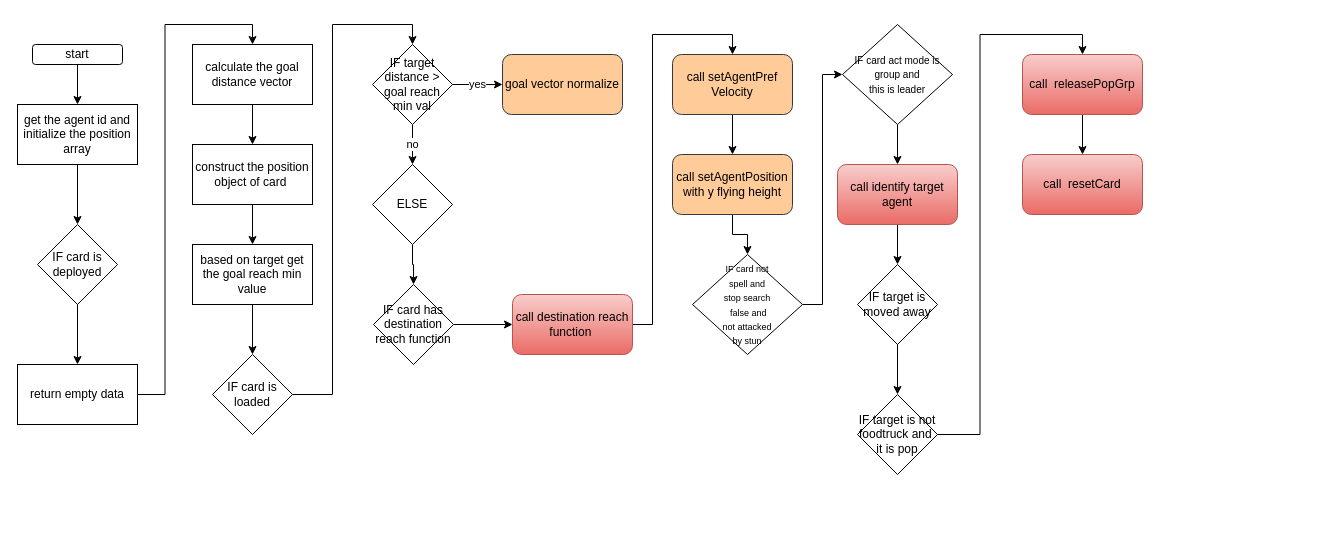
Above: card/update.drawio in sivagit/diagrams (draw.io), before the change. Source tidied: cells renumbered, new cells numbered last; positions are measured from the earlier drawing's top-left corner, leaving out a move shared by most shapes. Both pictures are drawn from the tidied source at 100%, with x=0, y=0 at pixel (17, 24).
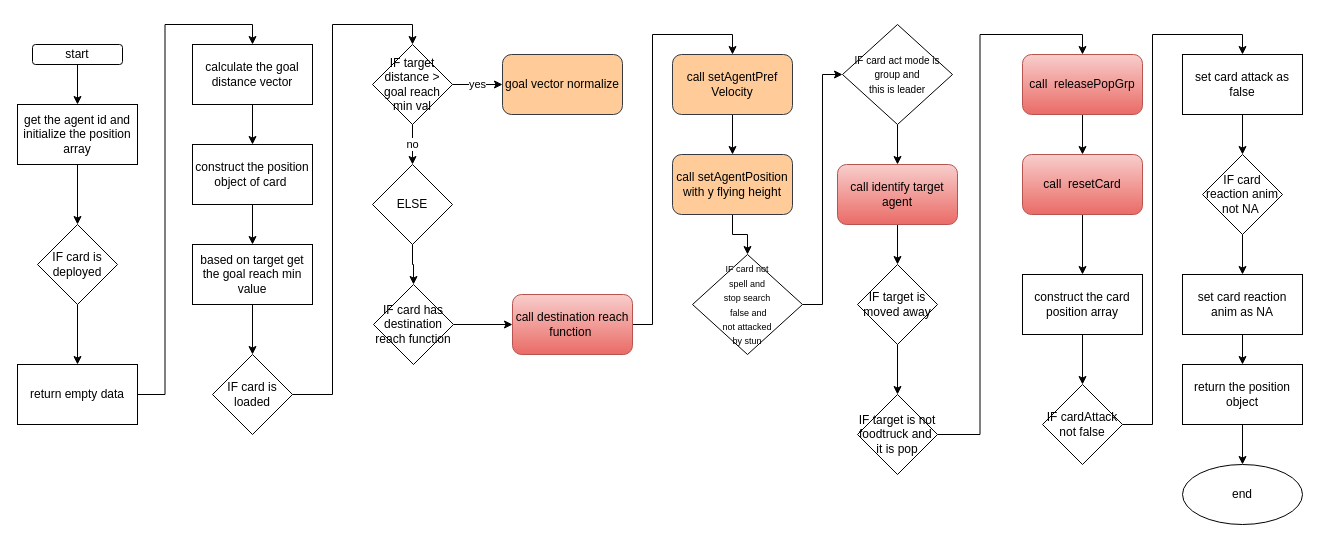
After the change.

Unchanged cells that the change refers to:
```xml
<mxCell id="44" value="call&amp;nbsp;&amp;nbsp;resetCard" style="rounded=1;whiteSpace=wrap;html=1;fillColor=#f8cecc;gradientColor=#ea6b66;strokeColor=#b85450;" parent="1" vertex="1">
  <mxGeometry x="1005" y="130" width="120" height="60" as="geometry" />
</mxCell>
```

The edit, as a diff of the source:
```diff
@@
+    <mxCell id="45" style="edgeStyle=orthogonalEdgeStyle;rounded=0;jettySize=auto;html=1;fontSize=12;" parent="1" edge="1" source="44" target="47">
+      <mxGeometry relative="1" as="geometry" />
+    </mxCell>
@@
+    <mxCell id="46" style="edgeStyle=orthogonalEdgeStyle;rounded=0;jettySize=auto;html=1;fontSize=12;" parent="1" edge="1" source="47" target="49">
+      <mxGeometry relative="1" as="geometry" />
+    </mxCell>
+    <mxCell id="47" value="construct the card position array" style="whiteSpace=wrap;html=1;rounded=0;" parent="1" vertex="1">
+      <mxGeometry x="1005" y="250" width="120" height="60" as="geometry" />
+    </mxCell>
+    <mxCell id="48" style="edgeStyle=orthogonalEdgeStyle;rounded=0;jettySize=auto;html=1;fontSize=12;entryX=0.5;entryY=0;entryDx=0;entryDy=0;" parent="1" edge="1" source="49" target="51">
+      <mxGeometry relative="1" as="geometry" />
+    </mxCell>
+    <mxCell id="49" value="IF&amp;nbsp;cardAttack not false" style="rhombus;whiteSpace=wrap;html=1;rounded=0;" parent="1" vertex="1">
+      <mxGeometry x="1025" y="360" width="80" height="80" as="geometry" />
+    </mxCell>
+    <mxCell id="50" style="edgeStyle=orthogonalEdgeStyle;rounded=0;jettySize=auto;html=1;fontSize=12;" parent="1" edge="1" source="51" target="53">
+      <mxGeometry relative="1" as="geometry" />
+    </mxCell>
+    <mxCell id="51" value="set card attack as false" style="whiteSpace=wrap;html=1;rounded=0;" parent="1" vertex="1">
+      <mxGeometry x="1165" y="30" width="120" height="60" as="geometry" />
+    </mxCell>
+    <mxCell id="52" style="edgeStyle=orthogonalEdgeStyle;rounded=0;jettySize=auto;html=1;fontSize=12;" parent="1" edge="1" source="53" target="55">
+      <mxGeometry relative="1" as="geometry" />
+    </mxCell>
+    <mxCell id="53" value="IF card reaction anim not NA&amp;nbsp;" style="rhombus;whiteSpace=wrap;html=1;rounded=0;" parent="1" vertex="1">
+      <mxGeometry x="1185" y="130" width="80" height="80" as="geometry" />
+    </mxCell>
+    <mxCell id="54" style="edgeStyle=orthogonalEdgeStyle;rounded=0;jettySize=auto;html=1;fontSize=12;" parent="1" edge="1" source="55" target="57">
+      <mxGeometry relative="1" as="geometry" />
+    </mxCell>
+    <mxCell id="55" value="set card reaction anim as NA" style="whiteSpace=wrap;html=1;rounded=0;" parent="1" vertex="1">
+      <mxGeometry x="1165" y="250" width="120" height="60" as="geometry" />
+    </mxCell>
+    <mxCell id="56" style="edgeStyle=orthogonalEdgeStyle;rounded=0;jettySize=auto;html=1;fontSize=12;" parent="1" edge="1" source="57" target="58">
+      <mxGeometry relative="1" as="geometry" />
+    </mxCell>
+    <mxCell id="57" value="return the position object" style="whiteSpace=wrap;html=1;rounded=0;" parent="1" vertex="1">
+      <mxGeometry x="1165" y="340" width="120" height="60" as="geometry" />
+    </mxCell>
+    <mxCell id="58" value="end" style="ellipse;whiteSpace=wrap;html=1;rounded=0;" parent="1" vertex="1">
+      <mxGeometry x="1165" y="440" width="120" height="60" as="geometry" />
+    </mxCell>
```
